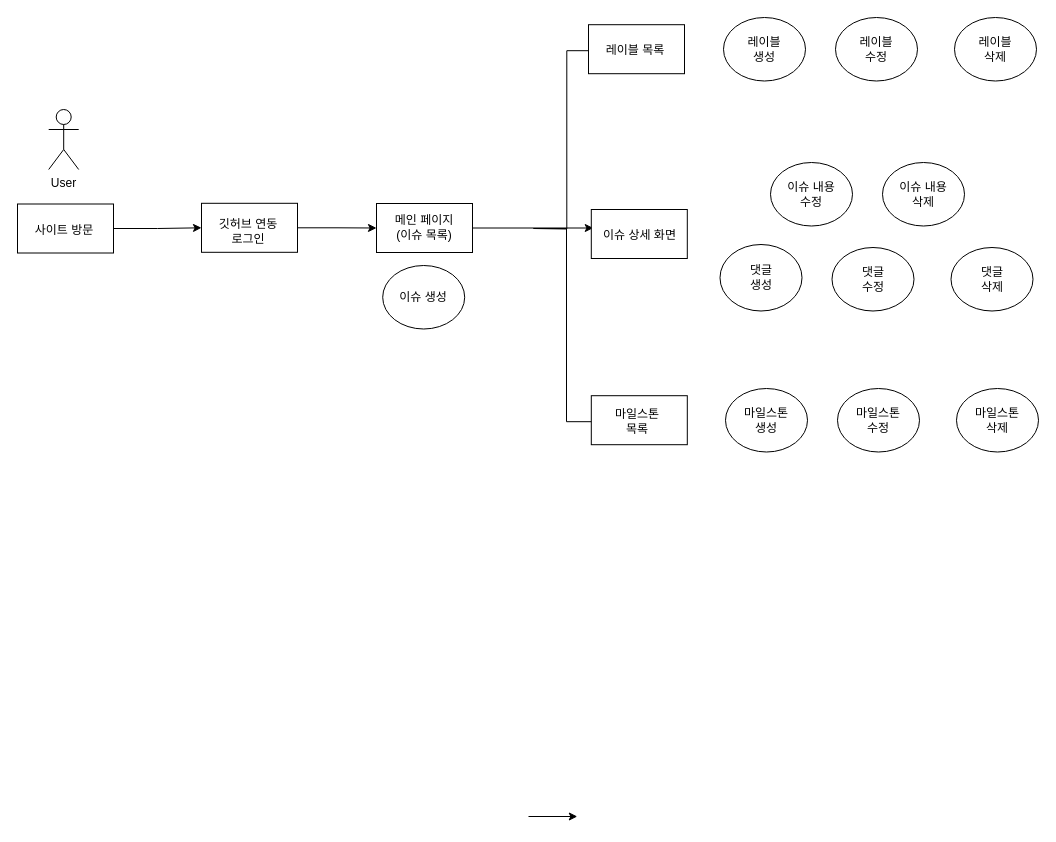
This is page "페이지-10" (10 of 10) of Untitled Diagram.drawio from ikjo93/Class-Diagram, a draw.io file, before an edit. Source tidied: cells renumbered, new cells numbered last; positions are measured from the earlier drawing's top-left corner, leaving out a move shared by most shapes. Both pictures are drawn from the tidied source at 100%, with x=0, y=0 at pixel (17, 17).
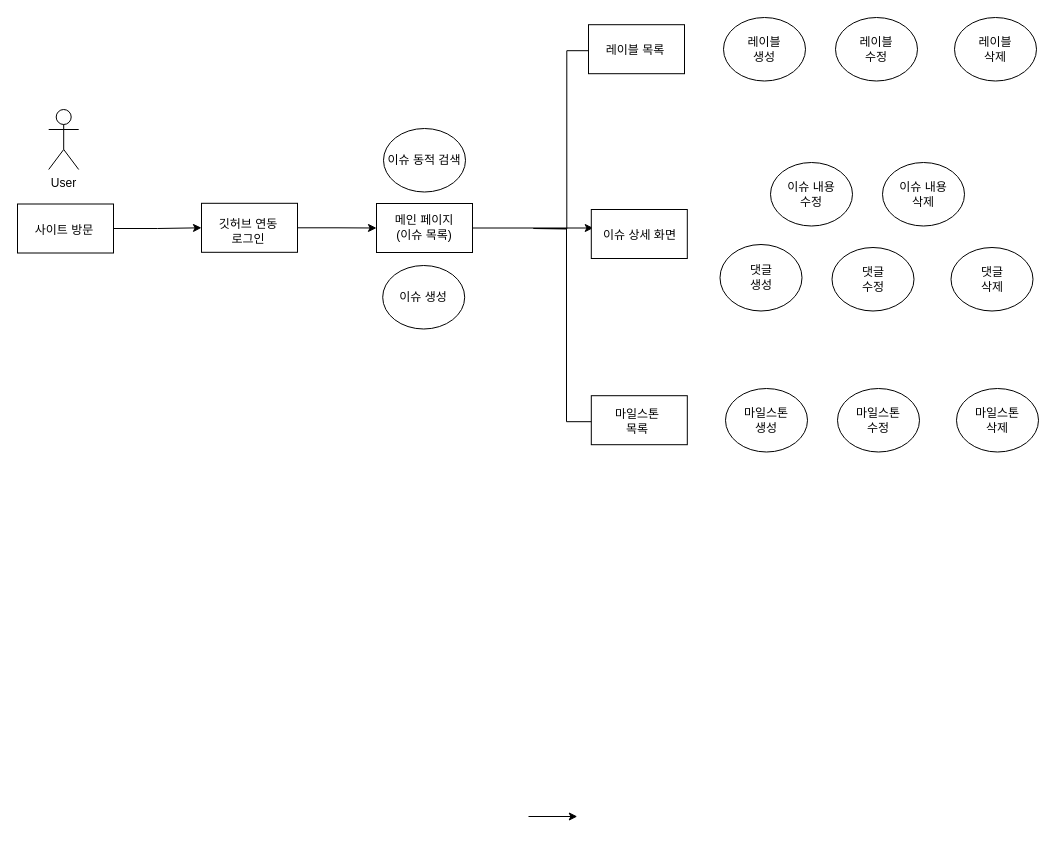
After the change.

Diff of the diagram source:
```diff
@@
+    <mxCell id="33" value="이슈 동적 검색" style="ellipse;whiteSpace=wrap;html=1;" parent="1" vertex="1">
+      <mxGeometry x="366" y="111" width="82" height="63.5" as="geometry" />
+    </mxCell>
```
